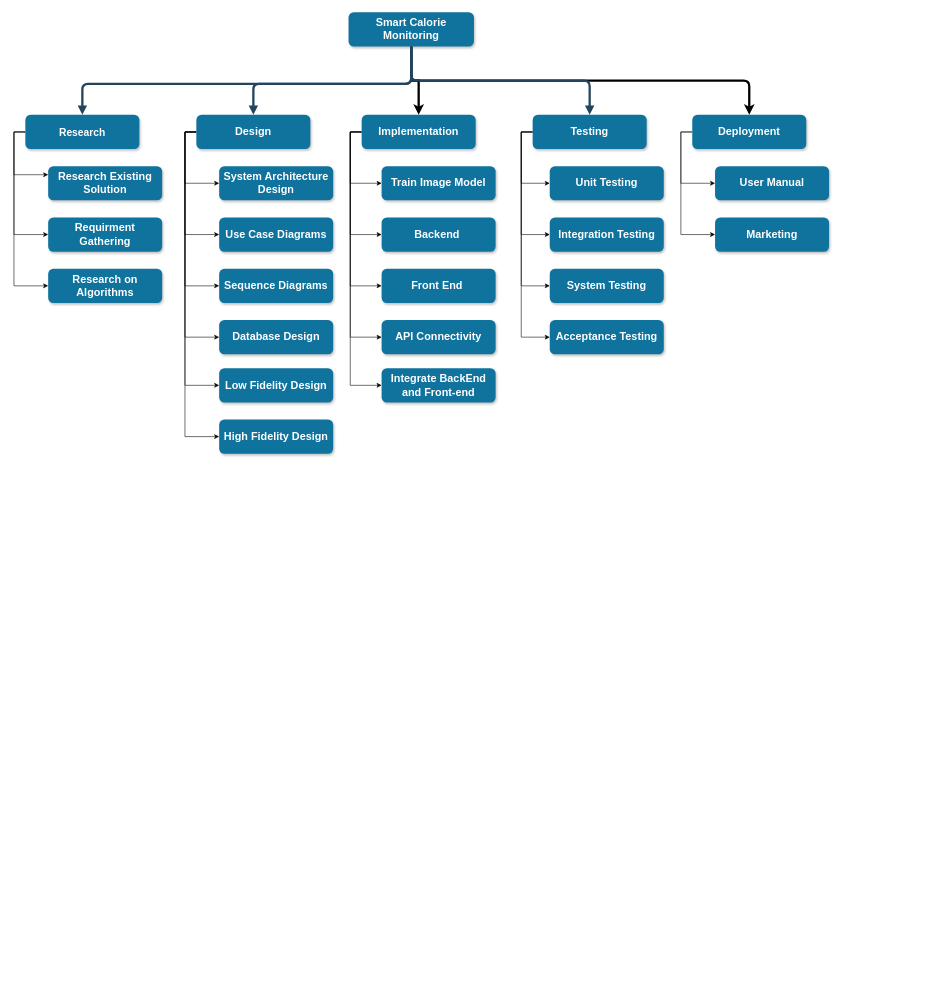
The draw.io diagram Untitled Diagram.drawio in HASSAN5077/FYP1, before the edit. Source tidied: cells renumbered, new cells numbered last; positions are measured from the earlier drawing's top-left corner, leaving out a move shared by most shapes. Both pictures are drawn from the tidied source at 57%, with x=0, y=0 at pixel (25, 12). Pictures stored in the file or linked from it are replaced by grey dashed boxes.
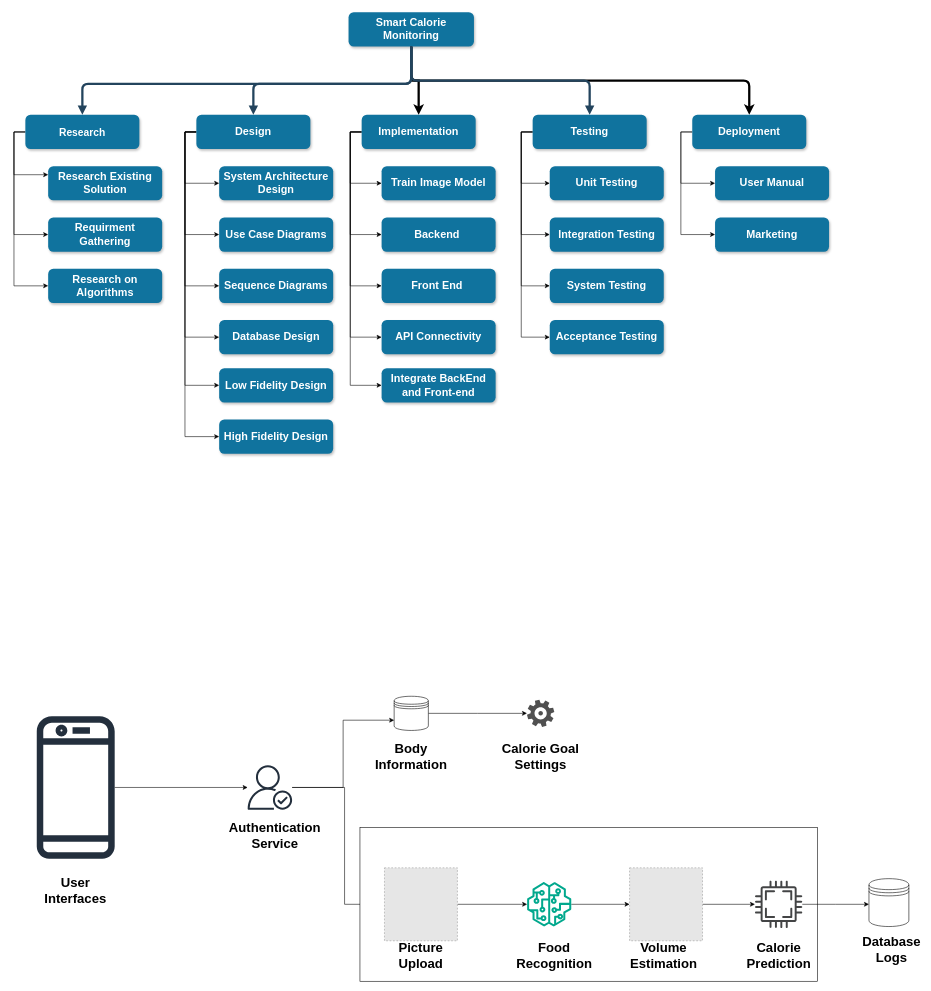
The same page after the edit.

Change to the diagram source:
```diff
@@
+    <mxCell id="53" style="edgeStyle=orthogonalEdgeStyle;rounded=0;jettySize=auto;html=1;" parent="1" edge="1" source="54" target="57">
+      <mxGeometry relative="1" as="geometry" />
+    </mxCell>
+    <mxCell id="54" style="sketch=0;outlineConnect=0;fontColor=#232F3E;gradientColor=none;fillColor=#232F3D;strokeColor=none;dashed=0;verticalLabelPosition=bottom;verticalAlign=top;align=center;html=1;fontSize=12;fontStyle=0;shape=mxgraph.aws4.mobile_client;" parent="1" vertex="1">
+      <mxGeometry x="20" y="1230" width="136.7" height="260" as="geometry" />
+    </mxCell>
+    <mxCell id="55" style="edgeStyle=orthogonalEdgeStyle;rounded=0;jettySize=auto;html=1;entryX=0;entryY=0.7;entryDx=0;entryDy=0;" parent="1" edge="1" source="57" target="59">
+      <mxGeometry relative="1" as="geometry" />
+    </mxCell>
+    <mxCell id="56" style="edgeStyle=orthogonalEdgeStyle;rounded=0;jettySize=auto;html=1;entryX=0;entryY=0.5;entryDx=0;entryDy=0;" parent="1" edge="1" source="57" target="63">
+      <mxGeometry relative="1" as="geometry">
+        <Array as="points">
+          <mxPoint x="560" y="1360" />
+          <mxPoint x="560" y="1565" />
+        </Array>
+      </mxGeometry>
+    </mxCell>
+    <mxCell id="57" style="sketch=0;outlineConnect=0;fontColor=#232F3E;gradientColor=none;fillColor=#232F3D;strokeColor=none;dashed=0;verticalLabelPosition=bottom;verticalAlign=top;align=center;html=1;fontSize=12;fontStyle=0;shape=mxgraph.aws4.authenticated_user;" parent="1" vertex="1">
+      <mxGeometry x="390" y="1321" width="78" height="78" as="geometry" />
+    </mxCell>
+    <mxCell id="58" style="edgeStyle=orthogonalEdgeStyle;rounded=0;jettySize=auto;html=1;" parent="1" edge="1" source="59">
+      <mxGeometry relative="1" as="geometry">
+        <mxPoint x="880" y="1230" as="targetPoint" />
+      </mxGeometry>
+    </mxCell>
+    <mxCell id="59" style="shape=datastore;whiteSpace=wrap;html=1;" parent="1" vertex="1">
+      <mxGeometry x="647" y="1200" width="60" height="60" as="geometry" />
+    </mxCell>
+    <mxCell id="60" style="sketch=0;shadow=0;dashed=0;html=1;strokeColor=none;fillColor=#505050;labelPosition=center;verticalLabelPosition=bottom;verticalAlign=top;align=center;shape=mxgraph.office.concepts.settings_office_365;" parent="1" vertex="1">
+      <mxGeometry x="880" y="1206" width="48" height="48" as="geometry" />
+    </mxCell>
+    <mxCell id="61" value="&lt;div&gt;&lt;br/&gt;&lt;/div&gt;" style="rounded=0;whiteSpace=wrap;html=1;fontStyle=1;" parent="1" vertex="1">
+      <mxGeometry x="587" y="1430" width="803" height="270" as="geometry" />
+    </mxCell>
+    <mxCell id="62" style="edgeStyle=orthogonalEdgeStyle;rounded=0;jettySize=auto;html=1;" parent="1" edge="1" source="63" target="65">
+      <mxGeometry relative="1" as="geometry" />
+    </mxCell>
+    <mxCell id="63" style="fillColor=#E6E6E6;strokeColor=#999999;dashed=1;html=1;verticalAlign=top;verticalLabelPosition=bottom;labelBackgroundColor=#ffffff;" parent="1" vertex="1">
+      <mxGeometry x="630" y="1501" width="128" height="128" as="geometry" />
+    </mxCell>
+    <mxCell id="64" style="edgeStyle=orthogonalEdgeStyle;rounded=0;jettySize=auto;html=1;" parent="1" edge="1" source="65" target="67">
+      <mxGeometry relative="1" as="geometry" />
+    </mxCell>
+    <mxCell id="65" style="sketch=0;outlineConnect=0;fontColor=#232F3E;gradientColor=none;fillColor=#01A88D;strokeColor=none;dashed=0;verticalLabelPosition=bottom;verticalAlign=top;align=center;html=1;fontSize=12;fontStyle=0;shape=mxgraph.aws4.sagemaker_model;" parent="1" vertex="1">
+      <mxGeometry x="880" y="1526" width="78" height="78" as="geometry" />
+    </mxCell>
+    <mxCell id="66" style="edgeStyle=orthogonalEdgeStyle;rounded=0;jettySize=auto;html=1;" parent="1" edge="1" source="67" target="69">
+      <mxGeometry relative="1" as="geometry" />
+    </mxCell>
+    <mxCell id="67" style="fillColor=#E6E6E6;strokeColor=#999999;dashed=1;html=1;verticalAlign=top;verticalLabelPosition=bottom;labelBackgroundColor=#ffffff;" parent="1" vertex="1">
+      <mxGeometry x="1060" y="1501" width="128" height="128" as="geometry" />
+    </mxCell>
+    <mxCell id="68" style="edgeStyle=orthogonalEdgeStyle;rounded=0;jettySize=auto;html=1;" parent="1" edge="1" source="69">
+      <mxGeometry relative="1" as="geometry">
+        <mxPoint x="1480" y="1565" as="targetPoint" />
+      </mxGeometry>
+    </mxCell>
+    <mxCell id="69" style="sketch=0;shadow=0;dashed=0;html=1;strokeColor=none;fillColor=#434445;labelPosition=center;verticalLabelPosition=bottom;verticalAlign=top;align=center;outlineConnect=0;shape=mxgraph.vvd.cpu;" parent="1" vertex="1">
+      <mxGeometry x="1280" y="1523.5" width="83" height="83" as="geometry" />
+    </mxCell>
+    <mxCell id="70" style="shape=datastore;whiteSpace=wrap;html=1;" parent="1" vertex="1">
+      <mxGeometry x="1480" y="1520" width="70" height="84" as="geometry" />
+    </mxCell>
+    <mxCell id="71" value="&lt;font style=&quot;font-size: 23px;&quot;&gt;&lt;b&gt;Picture Upload&lt;/b&gt;&lt;/font&gt;" style="text;html=1;align=center;verticalAlign=middle;whiteSpace=wrap;rounded=0;" parent="1" vertex="1">
+      <mxGeometry x="664" y="1640" width="60" height="30" as="geometry" />
+    </mxCell>
+    <mxCell id="72" value="&lt;font size=&quot;1&quot; style=&quot;&quot;&gt;&lt;b style=&quot;font-size: 23px;&quot;&gt;Food Recognition&lt;/b&gt;&lt;/font&gt;" style="text;html=1;align=center;verticalAlign=middle;whiteSpace=wrap;rounded=0;" parent="1" vertex="1">
+      <mxGeometry x="898" y="1640" width="60" height="30" as="geometry" />
+    </mxCell>
+    <mxCell id="73" value="&lt;font style=&quot;font-size: 23px;&quot;&gt;&lt;b&gt;Volume Estimation&lt;/b&gt;&lt;/font&gt;" style="text;html=1;align=center;verticalAlign=middle;whiteSpace=wrap;rounded=0;" parent="1" vertex="1">
+      <mxGeometry x="1090" y="1640" width="60" height="30" as="geometry" />
+    </mxCell>
+    <mxCell id="74" value="&lt;font style=&quot;font-size: 23px;&quot;&gt;&lt;b&gt;Calorie Prediction&lt;/b&gt;&lt;/font&gt;" style="text;html=1;align=center;verticalAlign=middle;whiteSpace=wrap;rounded=0;" parent="1" vertex="1">
+      <mxGeometry x="1291.5" y="1640" width="60" height="30" as="geometry" />
+    </mxCell>
+    <mxCell id="75" value="&lt;font style=&quot;font-size: 23px;&quot;&gt;&lt;b&gt;Database Logs&lt;/b&gt;&lt;/font&gt;" style="text;html=1;align=center;verticalAlign=middle;whiteSpace=wrap;rounded=0;" parent="1" vertex="1">
+      <mxGeometry x="1490" y="1629" width="60" height="30" as="geometry" />
+    </mxCell>
+    <mxCell id="76" value="&lt;font style=&quot;font-size: 23px;&quot;&gt;&lt;b&gt;Authentication Service&lt;/b&gt;&lt;/font&gt;" style="text;html=1;align=center;verticalAlign=middle;whiteSpace=wrap;rounded=0;" parent="1" vertex="1">
+      <mxGeometry x="408" y="1430" width="60" height="30" as="geometry" />
+    </mxCell>
+    <mxCell id="77" value="&lt;font style=&quot;font-size: 23px;&quot;&gt;&lt;b&gt;Body Information&lt;/b&gt;&lt;/font&gt;" style="text;html=1;align=center;verticalAlign=middle;whiteSpace=wrap;rounded=0;" parent="1" vertex="1">
+      <mxGeometry x="647" y="1291" width="60" height="30" as="geometry" />
+    </mxCell>
+    <mxCell id="78" value="&lt;font style=&quot;font-size: 23px;&quot;&gt;&lt;b&gt;Calorie Goal Settings&lt;/b&gt;&lt;/font&gt;" style="text;html=1;align=center;verticalAlign=middle;whiteSpace=wrap;rounded=0;" parent="1" vertex="1">
+      <mxGeometry x="829" y="1291" width="150" height="30" as="geometry" />
+    </mxCell>
+    <mxCell id="79" value="&lt;font style=&quot;font-size: 23px;&quot;&gt;&lt;b&gt;User Interfaces&lt;/b&gt;&lt;/font&gt;" style="text;html=1;align=center;verticalAlign=middle;whiteSpace=wrap;rounded=0;" parent="1" vertex="1">
+      <mxGeometry x="58.3" y="1526" width="60" height="30" as="geometry" />
+    </mxCell>
```
